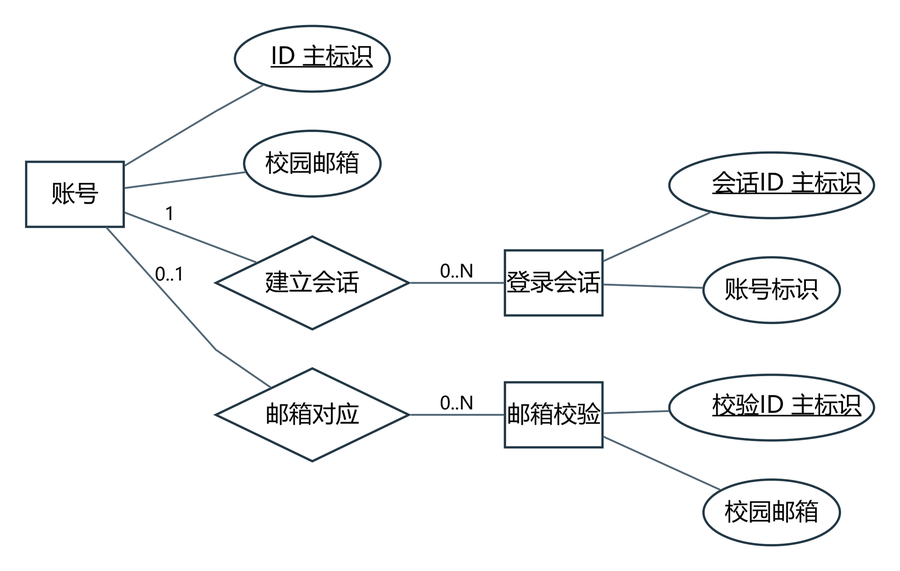
The Graphviz diagram docs/project/models/图表与模型/ER06.png in jason-bitc/HZCU-CampusHub, before a commit. Its source is kept beside it as docs/project/models/图表与模型/ER06.dot. Source of this version:
```dot
digraph G {
graph [rankdir=LR,nodesep=0.30,ranksep=0.48,bgcolor="white",splines=polyline,pad=0.20];
node [fontname="Microsoft YaHei",fontsize=13,color="#223846",penwidth=1.25,margin="0.10,0.07",style="rounded,filled",fillcolor="#F6F8FA"];
edge [fontname="Microsoft YaHei",fontsize=10,color="#526775",arrowsize=0.7];
"Account" [shape=box,label="账号",style="filled",fillcolor="white"];
"Session" [shape=box,label="登录会话",style="filled",fillcolor="white"];
"EmailChallenge" [shape=box,label="邮箱校验",style="filled",fillcolor="white"];
"Account_a0" [shape=ellipse,label=<<U>ID 主标识</U>>,style="filled",fillcolor="white"];
"Account_a1" [shape=ellipse,label="校园邮箱",style="filled",fillcolor="white"];
"Session_a0" [shape=ellipse,label=<<U>会话ID 主标识</U>>,style="filled",fillcolor="white"];
"Session_a1" [shape=ellipse,label="账号标识",style="filled",fillcolor="white"];
"EmailChallenge_a0" [shape=ellipse,label=<<U>校验ID 主标识</U>>,style="filled",fillcolor="white"];
"EmailChallenge_a1" [shape=ellipse,label="校园邮箱",style="filled",fillcolor="white"];
"rel23" [shape=diamond,label="建立会话",style="filled",fillcolor="white"];
"rel24" [shape=diamond,label="邮箱对应",style="filled",fillcolor="white"];
"Account" -> "Account_a0" [label="",dir=none];
"Account" -> "Account_a1" [label="",dir=none];
"Session" -> "Session_a0" [label="",dir=none];
"Session" -> "Session_a1" [label="",dir=none];
"EmailChallenge" -> "EmailChallenge_a0" [label="",dir=none];
"EmailChallenge" -> "EmailChallenge_a1" [label="",dir=none];
"Account" -> "rel23" [label="1",dir=none];
"rel23" -> "Session" [label="0..N",dir=none];
"Account" -> "rel24" [label="0..1",dir=none];
"rel24" -> "EmailChallenge" [label="0..N",dir=none];
}
```
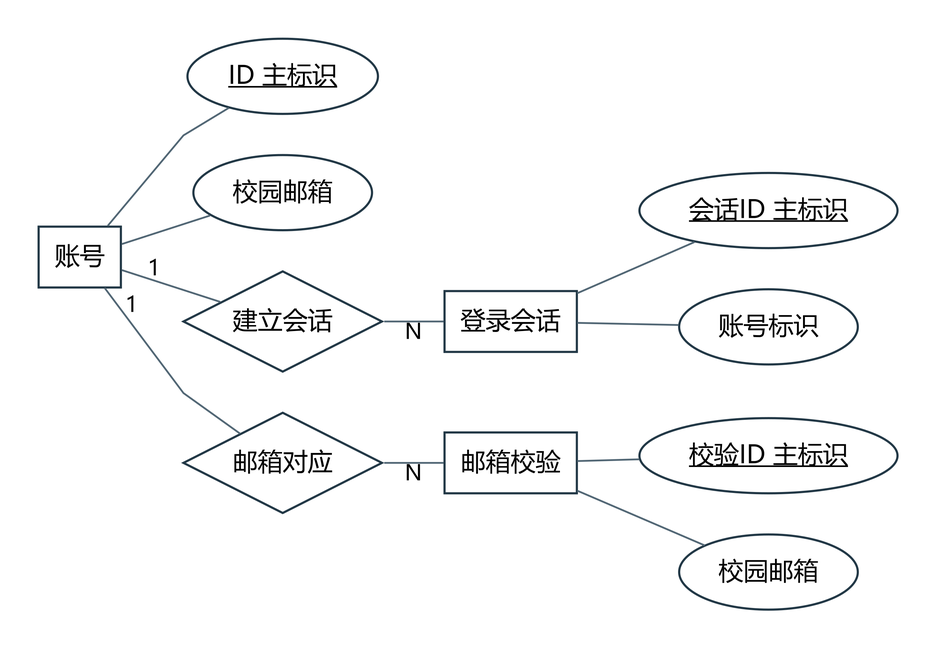
The same file after the commit.

Change to the diagram source:
```diff
@@ -1,26 +1,26 @@
 digraph G {
-graph [rankdir=LR,nodesep=0.30,ranksep=0.48,bgcolor="white",splines=polyline,pad=0.20];
-node [fontname="Microsoft YaHei",fontsize=13,color="#223846",penwidth=1.25,margin="0.10,0.07",style="rounded,filled",fillcolor="#F6F8FA"];
-edge [fontname="Microsoft YaHei",fontsize=10,color="#526775",arrowsize=0.7];
-"Account" [shape=box,label="账号",style="filled",fillcolor="white"];
-"Session" [shape=box,label="登录会话",style="filled",fillcolor="white"];
-"EmailChallenge" [shape=box,label="邮箱校验",style="filled",fillcolor="white"];
-"Account_a0" [shape=ellipse,label=<<U>ID 主标识</U>>,style="filled",fillcolor="white"];
-"Account_a1" [shape=ellipse,label="校园邮箱",style="filled",fillcolor="white"];
-"Session_a0" [shape=ellipse,label=<<U>会话ID 主标识</U>>,style="filled",fillcolor="white"];
-"Session_a1" [shape=ellipse,label="账号标识",style="filled",fillcolor="white"];
-"EmailChallenge_a0" [shape=ellipse,label=<<U>校验ID 主标识</U>>,style="filled",fillcolor="white"];
-"EmailChallenge_a1" [shape=ellipse,label="校园邮箱",style="filled",fillcolor="white"];
-"rel23" [shape=diamond,label="建立会话",style="filled",fillcolor="white"];
-"rel24" [shape=diamond,label="邮箱对应",style="filled",fillcolor="white"];
-"Account" -> "Account_a0" [label="",dir=none];
-"Account" -> "Account_a1" [label="",dir=none];
-"Session" -> "Session_a0" [label="",dir=none];
-"Session" -> "Session_a1" [label="",dir=none];
-"EmailChallenge" -> "EmailChallenge_a0" [label="",dir=none];
-"EmailChallenge" -> "EmailChallenge_a1" [label="",dir=none];
-"Account" -> "rel23" [label="1",dir=none];
-"rel23" -> "Session" [label="0..N",dir=none];
-"Account" -> "rel24" [label="0..1",dir=none];
-"rel24" -> "EmailChallenge" [label="0..N",dir=none];
+graph [rankdir=LR,nodesep=0.32,ranksep=0.48,bgcolor="white",splines=polyline,pad=0.30];
+node [fontname="Microsoft YaHei",fontsize=14,color="#223846",penwidth=1.2,margin="0.10,0.08",style="filled",fillcolor="white"];
+edge [fontname="Microsoft YaHei",fontsize=12,color="#526775",dir=none];
+"Account" [shape=box,label="账号",width=0.6389,height=0.4722];
+"Session" [shape=box,label="登录会话",width=1.0278,height=0.4722];
+"EmailChallenge" [shape=box,label="邮箱校验",width=1.0278,height=0.4722];
+"Account_a0" [shape=ellipse,label="ID 主标识",width=1.4794,height=0.5833];
+"Account_a1" [shape=ellipse,label="校园邮箱",width=1.3875,height=0.5833];
+"Session_a0" [shape=ellipse,label="会话ID 主标识",width=2.0044,height=0.5833];
+"Session_a1" [shape=ellipse,label="账号标识",width=1.3875,height=0.5833];
+"EmailChallenge_a0" [shape=ellipse,label="校验ID 主标识",width=2.0044,height=0.5833];
+"EmailChallenge_a1" [shape=ellipse,label="校园邮箱",width=1.3875,height=0.5833];
+"rel23" [shape=diamond,label="建立会话",width=1.5417,height=0.7778];
+"rel24" [shape=diamond,label="邮箱对应",width=1.5417,height=0.7778];
+"Account" -> "Account_a0" [label="",labeldistance=1.8,labelangle=20,dir=none];
+"Account" -> "Account_a1" [label="",labeldistance=1.8,labelangle=20,dir=none];
+"Session" -> "Session_a0" [label="",labeldistance=1.8,labelangle=20,dir=none];
+"Session" -> "Session_a1" [label="",labeldistance=1.8,labelangle=20,dir=none];
+"EmailChallenge" -> "EmailChallenge_a0" [label="",labeldistance=1.8,labelangle=20,dir=none];
+"EmailChallenge" -> "EmailChallenge_a1" [label="",labeldistance=1.8,labelangle=20,dir=none];
+"Account" -> "rel23" [taillabel="1",labeldistance=1.8,labelangle=20,dir=none];
+"rel23" -> "Session" [headlabel="N",labeldistance=1.8,labelangle=20,dir=none];
+"Account" -> "rel24" [taillabel="1",labeldistance=1.8,labelangle=20,dir=none];
+"rel24" -> "EmailChallenge" [headlabel="N",labeldistance=1.8,labelangle=20,dir=none];
 }
```
